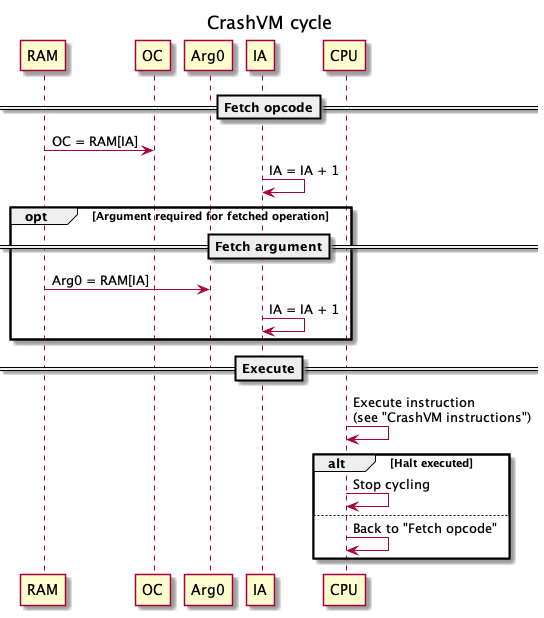
Before: doc/system_001.png, a diagram exported from PlantUML (hypafrag/crash-vm).
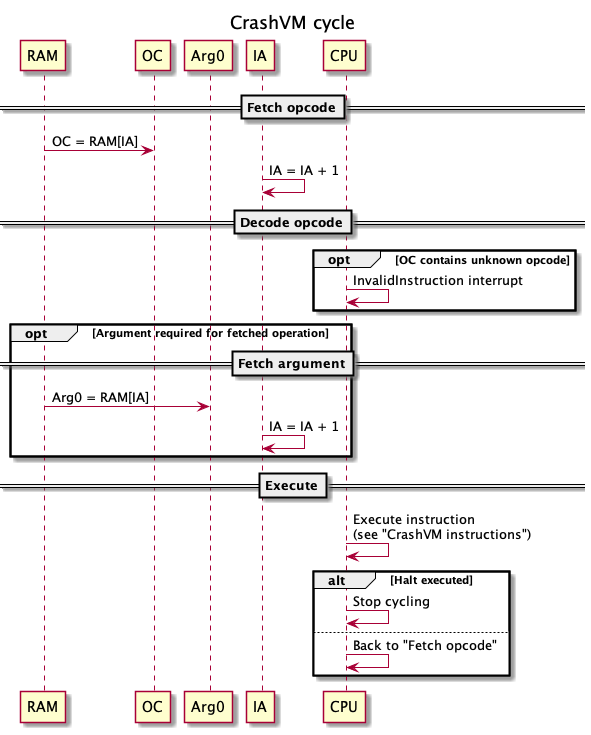
The same file after the commit.

Diff of the diagram source:
```diff
@@ -10,6 +10,10 @@
 ==Fetch opcode==
 RAM -> OC: OC = RAM[IA]
 IA -> IA: IA = IA + 1
+==Decode opcode==
+opt OC contains unknown opcode
+CPU -> CPU: InvalidInstruction interrupt
+end
 opt Argument required for fetched operation
 ==Fetch argument==
 RAM -> Arg0: Arg0 = RAM[IA]
```
